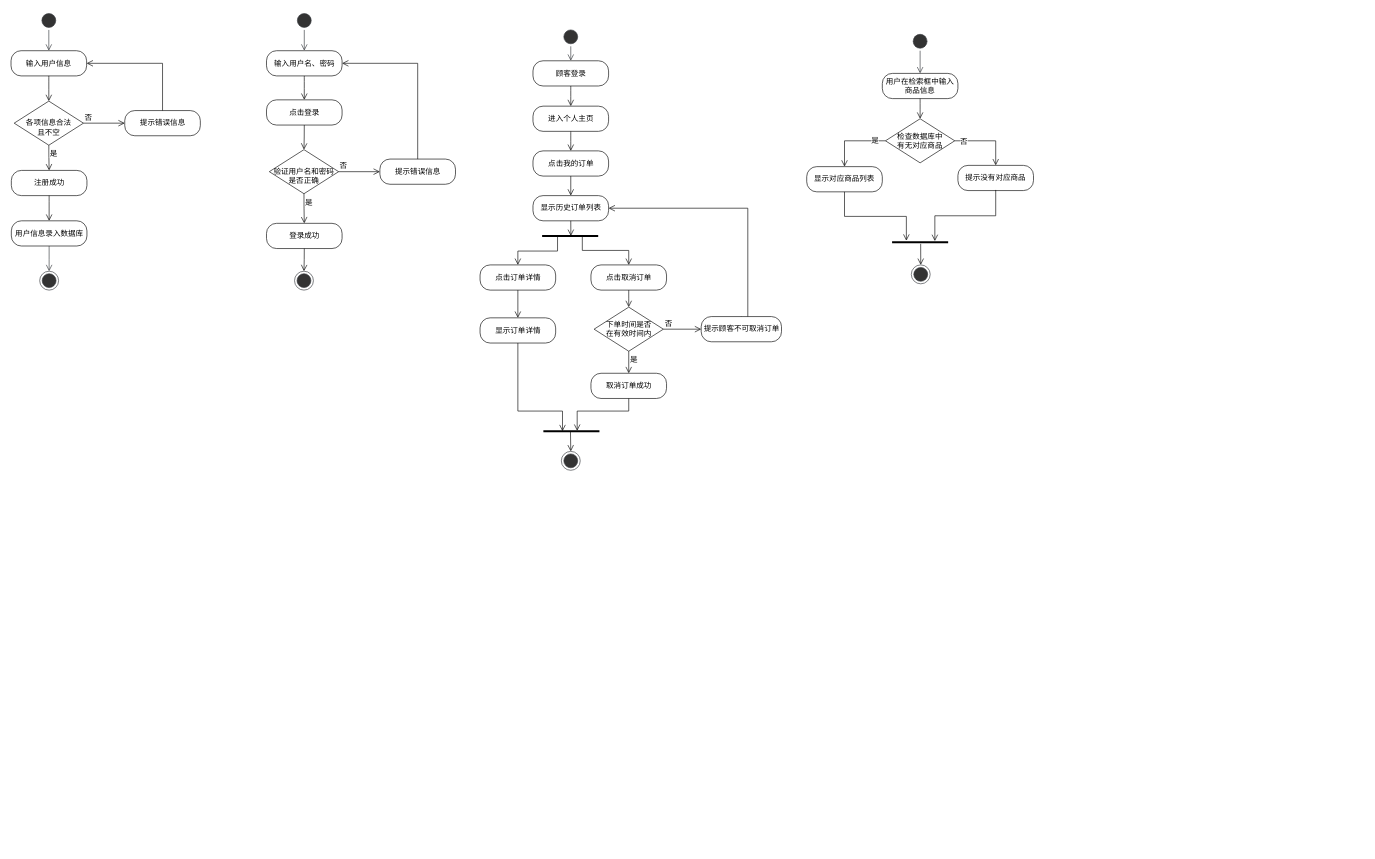
Above: 数据库子功能流程图.drawio in guokaichina/database-ER (draw.io), before the change. Source tidied: cells renumbered, new cells numbered last; positions are measured from the earlier drawing's top-left corner, leaving out a move shared by most shapes. Both pictures are drawn from the tidied source at 63%, with x=0, y=0 at pixel (11, 11).
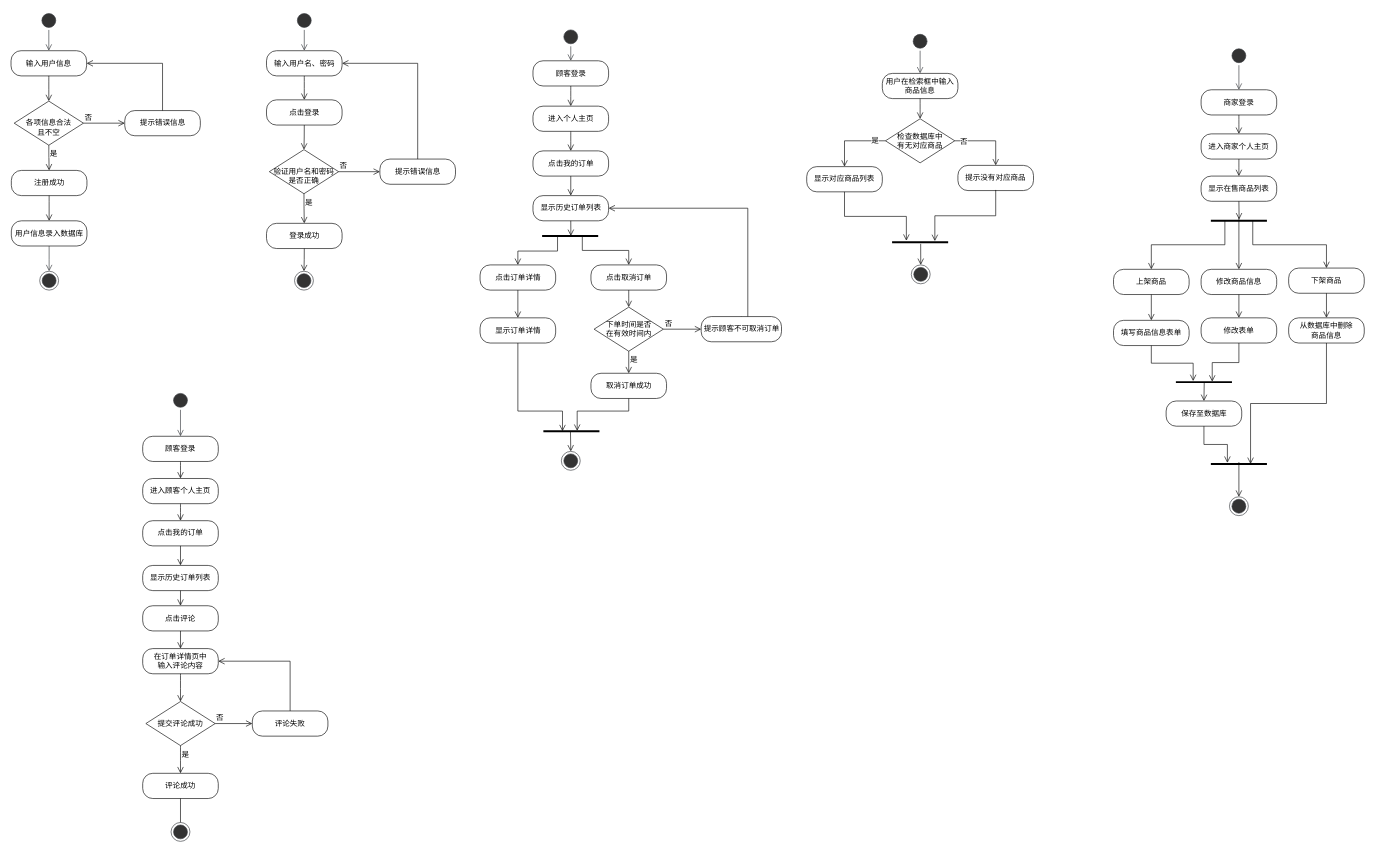
Above is the later version.

Commit message (it also covers changes not shown here):
更新数据库子功能流程图.drawio

Diff of the diagram source:
```diff
@@
+    <mxCell id="73" style="ellipse;html=1;shape=startState;fillColor=#333333;strokeColor=#36393d;" parent="1" vertex="1">
+      <mxGeometry x="1934" y="56" width="30" height="30" as="geometry" />
+    </mxCell>
+    <mxCell id="74" style="html=1;verticalAlign=bottom;endArrow=open;endSize=8;rounded=0;targetPerimeterSpacing=8;entryX=0.5;entryY=0;entryDx=0;entryDy=0;fontStyle=0;fontSize=12;startArrow=none;exitX=0.5;exitY=1;exitDx=0;exitDy=0;fillColor=#eeeeee;strokeColor=#36393d;" parent="1" edge="1" source="73" target="75">
+      <mxGeometry relative="1" as="geometry" />
+    </mxCell>
+    <mxCell id="75" value="商家登录" style="rounded=1;whiteSpace=wrap;html=1;arcSize=40;fontStyle=0;fontSize=12;" parent="1" vertex="1">
+      <mxGeometry x="1889" y="125" width="120" height="40" as="geometry" />
+    </mxCell>
+    <mxCell id="76" style="edgeStyle=orthogonalEdgeStyle;html=1;verticalAlign=bottom;endArrow=open;endSize=8;rounded=0;sourcePerimeterSpacing=8;targetPerimeterSpacing=8;curved=1;exitX=0.5;exitY=1;exitDx=0;exitDy=0;fontStyle=0;fontSize=12;entryX=0.5;entryY=0;entryDx=0;entryDy=0;" parent="1" edge="1" source="75" target="77">
+      <mxGeometry relative="1" as="geometry" />
+    </mxCell>
+    <mxCell id="77" value="进入商家个人主页" style="rounded=1;whiteSpace=wrap;html=1;arcSize=40;fontStyle=0;fontSize=12;" parent="1" vertex="1">
+      <mxGeometry x="1889" y="195" width="120" height="40" as="geometry" />
+    </mxCell>
+    <mxCell id="78" style="edgeStyle=orthogonalEdgeStyle;html=1;verticalAlign=bottom;endArrow=open;endSize=8;rounded=0;sourcePerimeterSpacing=8;targetPerimeterSpacing=8;curved=1;exitX=0.5;exitY=1;exitDx=0;exitDy=0;fontStyle=0;fontSize=12;entryX=0.5;entryY=0;entryDx=0;entryDy=0;" parent="1" edge="1" source="77" target="79">
+      <mxGeometry relative="1" as="geometry" />
+    </mxCell>
+    <mxCell id="79" value="显示在售商品列表" style="rounded=1;whiteSpace=wrap;html=1;arcSize=40;fontStyle=0;fontSize=12;" parent="1" vertex="1">
+      <mxGeometry x="1889" y="262" width="120" height="40" as="geometry" />
+    </mxCell>
+    <mxCell id="80" style="html=1;verticalAlign=bottom;endArrow=open;endSize=8;rounded=0;sourcePerimeterSpacing=8;targetPerimeterSpacing=8;exitX=0.5;exitY=1;exitDx=0;exitDy=0;fontStyle=0;fontSize=12;entryX=0.504;entryY=0.224;entryDx=0;entryDy=0;entryPerimeter=0;" parent="1" edge="1" source="79" target="81">
+      <mxGeometry relative="1" as="geometry" />
+    </mxCell>
+    <mxCell id="81" style="line;strokeWidth=3;fillColor=none;align=left;verticalAlign=middle;spacingTop=-1;spacingLeft=3;spacingRight=3;labelPosition=right;points=[];portConstraint=eastwest;strokeColor=inherit;fontSize=12;" parent="1" vertex="1">
+      <mxGeometry x="1904.5" y="329" width="89" height="8" as="geometry" />
+    </mxCell>
+    <mxCell id="82" style="edgeStyle=elbowEdgeStyle;html=1;verticalAlign=bottom;endArrow=open;endSize=8;rounded=0;sourcePerimeterSpacing=8;targetPerimeterSpacing=8;exitX=0.25;exitY=0.465;exitDx=0;exitDy=0;fontStyle=0;fontSize=12;entryX=0.5;entryY=0;entryDx=0;entryDy=0;exitPerimeter=0;elbow=vertical;" parent="1" edge="1" source="81" target="83">
+      <mxGeometry relative="1" as="geometry">
+        <Array as="points">
+          <mxPoint x="1877" y="371" />
+        </Array>
+      </mxGeometry>
+    </mxCell>
+    <mxCell id="83" value="上架商品" style="rounded=1;whiteSpace=wrap;html=1;arcSize=40;fontStyle=0;fontSize=12;" parent="1" vertex="1">
+      <mxGeometry x="1750" y="410" width="120" height="40" as="geometry" />
+    </mxCell>
+    <mxCell id="84" style="html=1;verticalAlign=bottom;endArrow=open;endSize=8;rounded=0;sourcePerimeterSpacing=8;targetPerimeterSpacing=8;exitX=0.5;exitY=1;exitDx=0;exitDy=0;fontStyle=0;fontSize=12;entryX=0.5;entryY=0;entryDx=0;entryDy=0;" parent="1" edge="1" source="83" target="91">
+      <mxGeometry relative="1" as="geometry" />
+    </mxCell>
+    <mxCell id="85" style="html=1;verticalAlign=bottom;endArrow=open;endSize=8;rounded=0;sourcePerimeterSpacing=8;targetPerimeterSpacing=8;fontStyle=0;fontSize=12;entryX=0.5;entryY=0;entryDx=0;entryDy=0;" parent="1" edge="1" target="86">
+      <mxGeometry relative="1" as="geometry">
+        <mxPoint x="1949" y="328" as="sourcePoint" />
+      </mxGeometry>
+    </mxCell>
+    <mxCell id="86" value="修改商品信息" style="rounded=1;whiteSpace=wrap;html=1;arcSize=40;fontStyle=0;fontSize=12;" parent="1" vertex="1">
+      <mxGeometry x="1889" y="410" width="120" height="40" as="geometry" />
+    </mxCell>
+    <mxCell id="87" style="html=1;verticalAlign=bottom;endArrow=open;endSize=8;rounded=0;sourcePerimeterSpacing=8;targetPerimeterSpacing=8;exitX=0.5;exitY=1;exitDx=0;exitDy=0;fontStyle=0;fontSize=12;entryX=0.5;entryY=0;entryDx=0;entryDy=0;" parent="1" edge="1" source="86" target="93">
+      <mxGeometry relative="1" as="geometry" />
+    </mxCell>
+    <mxCell id="88" style="edgeStyle=elbowEdgeStyle;html=1;verticalAlign=bottom;endArrow=open;endSize=8;rounded=0;sourcePerimeterSpacing=8;targetPerimeterSpacing=8;fontStyle=0;fontSize=12;entryX=0.5;entryY=0;entryDx=0;entryDy=0;elbow=vertical;" parent="1" edge="1" target="89">
+      <mxGeometry relative="1" as="geometry">
+        <mxPoint x="1971" y="332" as="sourcePoint" />
+        <Array as="points">
+          <mxPoint x="1970" y="371" />
+          <mxPoint x="1969" y="371" />
+          <mxPoint x="2027" y="371" />
+          <mxPoint x="1972" y="383" />
+        </Array>
+      </mxGeometry>
+    </mxCell>
+    <mxCell id="89" value="下架商品" style="rounded=1;whiteSpace=wrap;html=1;arcSize=40;fontStyle=0;fontSize=12;" parent="1" vertex="1">
+      <mxGeometry x="2028" y="408" width="120" height="40" as="geometry" />
+    </mxCell>
+    <mxCell id="90" style="html=1;verticalAlign=bottom;endArrow=open;endSize=8;rounded=0;sourcePerimeterSpacing=8;targetPerimeterSpacing=8;exitX=0.5;exitY=1;exitDx=0;exitDy=0;fontStyle=0;fontSize=12;entryX=0.5;entryY=0;entryDx=0;entryDy=0;" parent="1" edge="1" source="89" target="97">
+      <mxGeometry relative="1" as="geometry" />
+    </mxCell>
+    <mxCell id="91" value="填写商品信息表单" style="rounded=1;whiteSpace=wrap;html=1;arcSize=40;fontStyle=0;fontSize=12;" parent="1" vertex="1">
+      <mxGeometry x="1750" y="491" width="120" height="40" as="geometry" />
+    </mxCell>
+    <mxCell id="92" style="html=1;verticalAlign=bottom;endArrow=open;endSize=8;rounded=0;sourcePerimeterSpacing=8;targetPerimeterSpacing=8;exitX=0.5;exitY=1;exitDx=0;exitDy=0;fontStyle=0;fontSize=12;entryX=0.308;entryY=0.292;entryDx=0;entryDy=0;entryPerimeter=0;edgeStyle=elbowEdgeStyle;elbow=vertical;" parent="1" edge="1" source="91" target="100">
+      <mxGeometry relative="1" as="geometry" />
+    </mxCell>
+    <mxCell id="93" value="修改表单" style="rounded=1;whiteSpace=wrap;html=1;arcSize=40;fontStyle=0;fontSize=12;" parent="1" vertex="1">
+      <mxGeometry x="1889" y="487" width="120" height="40" as="geometry" />
+    </mxCell>
+    <mxCell id="94" style="html=1;verticalAlign=bottom;endArrow=open;endSize=8;rounded=0;sourcePerimeterSpacing=8;targetPerimeterSpacing=8;exitX=0.5;exitY=1;exitDx=0;exitDy=0;fontStyle=0;fontSize=12;entryX=0.648;entryY=0.403;entryDx=0;entryDy=0;entryPerimeter=0;edgeStyle=elbowEdgeStyle;elbow=vertical;" parent="1" edge="1" source="93" target="100">
+      <mxGeometry relative="1" as="geometry" />
+    </mxCell>
+    <mxCell id="95" value="保存至数据库" style="rounded=1;whiteSpace=wrap;html=1;arcSize=40;fontStyle=0;fontSize=12;" parent="1" vertex="1">
+      <mxGeometry x="1833.5" y="619" width="120" height="40" as="geometry" />
+    </mxCell>
+    <mxCell id="96" style="html=1;verticalAlign=bottom;endArrow=open;endSize=8;rounded=0;sourcePerimeterSpacing=8;targetPerimeterSpacing=8;exitX=0.5;exitY=1;exitDx=0;exitDy=0;fontStyle=0;fontSize=12;entryX=0.295;entryY=0.264;entryDx=0;entryDy=0;entryPerimeter=0;edgeStyle=elbowEdgeStyle;elbow=vertical;" parent="1" edge="1" source="95" target="99">
+      <mxGeometry relative="1" as="geometry" />
+    </mxCell>
+    <mxCell id="97" value="从数据库中删除&lt;br&gt;商品信息" style="rounded=1;whiteSpace=wrap;html=1;arcSize=40;fontStyle=0;fontSize=12;" parent="1" vertex="1">
+      <mxGeometry x="2028" y="487" width="120" height="40" as="geometry" />
+    </mxCell>
+    <mxCell id="98" style="html=1;verticalAlign=bottom;endArrow=open;endSize=8;rounded=0;sourcePerimeterSpacing=8;targetPerimeterSpacing=8;exitX=0.5;exitY=1;exitDx=0;exitDy=0;fontStyle=0;fontSize=12;entryX=0.708;entryY=0.486;entryDx=0;entryDy=0;entryPerimeter=0;edgeStyle=elbowEdgeStyle;elbow=vertical;" parent="1" edge="1" source="97" target="99">
+      <mxGeometry relative="1" as="geometry" />
+    </mxCell>
+    <mxCell id="99" style="line;strokeWidth=3;fillColor=none;align=left;verticalAlign=middle;spacingTop=-1;spacingLeft=3;spacingRight=3;labelPosition=right;points=[];portConstraint=eastwest;strokeColor=inherit;fontSize=12;" parent="1" vertex="1">
+      <mxGeometry x="1904.5" y="715" width="89" height="8" as="geometry" />
+    </mxCell>
+    <mxCell id="100" style="line;strokeWidth=3;fillColor=none;align=left;verticalAlign=middle;spacingTop=-1;spacingLeft=3;spacingRight=3;labelPosition=right;points=[];portConstraint=eastwest;strokeColor=inherit;fontSize=12;" parent="1" vertex="1">
+      <mxGeometry x="1849" y="585" width="89" height="8" as="geometry" />
+    </mxCell>
+    <mxCell id="101" style="html=1;verticalAlign=bottom;endArrow=open;endSize=8;rounded=0;sourcePerimeterSpacing=8;targetPerimeterSpacing=8;fontStyle=0;fontSize=12;entryX=0.5;entryY=0;entryDx=0;entryDy=0;" parent="1" edge="1" target="95">
+      <mxGeometry relative="1" as="geometry">
+        <mxPoint x="1894" y="589" as="sourcePoint" />
+      </mxGeometry>
+    </mxCell>
+    <mxCell id="102" style="html=1;verticalAlign=bottom;endArrow=open;endSize=8;rounded=0;sourcePerimeterSpacing=8;targetPerimeterSpacing=8;fontStyle=0;fontSize=12;entryX=0.5;entryY=0;entryDx=0;entryDy=0;" parent="1" edge="1">
+      <mxGeometry relative="1" as="geometry">
+        <mxPoint x="1949" y="716" as="sourcePoint" />
+        <mxPoint x="1949" y="771" as="targetPoint" />
+      </mxGeometry>
+    </mxCell>
+    <mxCell id="103" style="ellipse;html=1;shape=endState;fillColor=#333333;strokeColor=#36393d;" parent="1" vertex="1">
+      <mxGeometry x="1934" y="771" width="30" height="30" as="geometry" />
+    </mxCell>
+    <mxCell id="104" style="ellipse;html=1;shape=startState;fillColor=#333333;strokeColor=#36393d;" parent="1" vertex="1">
+      <mxGeometry x="254" y="603" width="30" height="30" as="geometry" />
+    </mxCell>
+    <mxCell id="105" style="html=1;verticalAlign=bottom;endArrow=open;endSize=8;rounded=0;targetPerimeterSpacing=8;entryX=0.5;entryY=0;entryDx=0;entryDy=0;fontStyle=0;fontSize=12;startArrow=none;exitX=0.5;exitY=1;exitDx=0;exitDy=0;fillColor=#eeeeee;strokeColor=#36393d;" parent="1" edge="1" source="104" target="106">
+      <mxGeometry relative="1" as="geometry" />
+    </mxCell>
+    <mxCell id="106" value="顾客登录" style="rounded=1;whiteSpace=wrap;html=1;arcSize=40;fontStyle=0;fontSize=12;" parent="1" vertex="1">
+      <mxGeometry x="209" y="675" width="120" height="40" as="geometry" />
+    </mxCell>
+    <mxCell id="107" style="edgeStyle=orthogonalEdgeStyle;html=1;verticalAlign=bottom;endArrow=open;endSize=8;rounded=0;sourcePerimeterSpacing=8;targetPerimeterSpacing=8;curved=1;exitX=0.5;exitY=1;exitDx=0;exitDy=0;fontStyle=0;fontSize=12;entryX=0.5;entryY=0;entryDx=0;entryDy=0;" parent="1" edge="1" source="106" target="108">
+      <mxGeometry relative="1" as="geometry" />
+    </mxCell>
+    <mxCell id="108" value="进入顾客个人主页" style="rounded=1;whiteSpace=wrap;html=1;arcSize=40;fontStyle=0;fontSize=12;" parent="1" vertex="1">
+      <mxGeometry x="209" y="742" width="120" height="40" as="geometry" />
+    </mxCell>
+    <mxCell id="109" style="edgeStyle=orthogonalEdgeStyle;html=1;verticalAlign=bottom;endArrow=open;endSize=8;rounded=0;sourcePerimeterSpacing=8;targetPerimeterSpacing=8;curved=1;exitX=0.5;exitY=1;exitDx=0;exitDy=0;fontStyle=0;fontSize=12;entryX=0.5;entryY=0;entryDx=0;entryDy=0;" parent="1" edge="1" source="108" target="110">
+      <mxGeometry relative="1" as="geometry" />
+    </mxCell>
+    <mxCell id="110" value="点击我的订单" style="rounded=1;whiteSpace=wrap;html=1;arcSize=40;fontStyle=0;fontSize=12;" parent="1" vertex="1">
+      <mxGeometry x="209" y="809" width="120" height="40" as="geometry" />
+    </mxCell>
+    <mxCell id="111" style="html=1;verticalAlign=bottom;endArrow=open;endSize=8;rounded=0;sourcePerimeterSpacing=8;targetPerimeterSpacing=8;exitX=0.5;exitY=1;exitDx=0;exitDy=0;fontStyle=0;fontSize=12;entryX=0.5;entryY=0;entryDx=0;entryDy=0;" parent="1" edge="1" source="110" target="113">
+      <mxGeometry relative="1" as="geometry" />
+    </mxCell>
+    <mxCell id="112" style="html=1;verticalAlign=bottom;endArrow=open;endSize=8;rounded=0;targetPerimeterSpacing=8;fontStyle=0;fontSize=12;entryX=0.5;entryY=0;entryDx=0;entryDy=0;exitX=0.5;exitY=1;exitDx=0;exitDy=0;startArrow=none;" parent="1" edge="1" source="125">
+      <mxGeometry relative="1" as="geometry">
+        <mxPoint x="269" y="1318" as="targetPoint" />
+      </mxGeometry>
+    </mxCell>
+    <mxCell id="113" value="显示历史订单列表" style="rounded=1;whiteSpace=wrap;html=1;arcSize=40;fontStyle=0;fontSize=12;" parent="1" vertex="1">
+      <mxGeometry x="209" y="880" width="120" height="40" as="geometry" />
+    </mxCell>
+    <mxCell id="114" style="html=1;verticalAlign=bottom;endArrow=open;endSize=8;rounded=0;sourcePerimeterSpacing=8;targetPerimeterSpacing=8;exitX=0.5;exitY=1;exitDx=0;exitDy=0;fontStyle=0;fontSize=12;entryX=0.5;entryY=0;entryDx=0;entryDy=0;" parent="1" edge="1" source="113" target="115">
+      <mxGeometry relative="1" as="geometry" />
+    </mxCell>
+    <mxCell id="115" value="点击评论" style="rounded=1;whiteSpace=wrap;html=1;arcSize=40;fontStyle=0;fontSize=12;" parent="1" vertex="1">
+      <mxGeometry x="209" y="944" width="120" height="40" as="geometry" />
+    </mxCell>
+    <mxCell id="116" style="html=1;verticalAlign=bottom;endArrow=open;endSize=8;rounded=0;sourcePerimeterSpacing=8;targetPerimeterSpacing=8;exitX=0.5;exitY=1;exitDx=0;exitDy=0;fontStyle=0;fontSize=12;entryX=0.5;entryY=0;entryDx=0;entryDy=0;" parent="1" edge="1" source="115" target="117">
+      <mxGeometry relative="1" as="geometry" />
+    </mxCell>
+    <mxCell id="117" value="在订单详情页中&lt;br&gt;输入评论内容" style="rounded=1;whiteSpace=wrap;html=1;arcSize=40;fontStyle=0;fontSize=12;" parent="1" vertex="1">
+      <mxGeometry x="209" y="1012" width="120" height="40" as="geometry" />
+    </mxCell>
+    <mxCell id="118" value="提交评论成功" style="rhombus;whiteSpace=wrap;html=1;fontStyle=0;fontSize=12;" parent="1" vertex="1">
+      <mxGeometry x="214" y="1096" width="110" height="70" as="geometry" />
+    </mxCell>
+    <mxCell id="119" value="否" style="html=1;align=left;verticalAlign=bottom;endArrow=open;endSize=8;rounded=0;sourcePerimeterSpacing=8;targetPerimeterSpacing=8;exitX=1;exitY=0.5;exitDx=0;exitDy=0;entryX=0;entryY=0.5;entryDx=0;entryDy=0;fontStyle=0;fontSize=12;" parent="1" edge="1" source="118" target="121">
+      <mxGeometry x="-1" relative="1" as="geometry" />
+    </mxCell>
+    <mxCell id="120" value="是" style="edgeStyle=orthogonalEdgeStyle;html=1;align=left;verticalAlign=top;endArrow=open;endSize=8;rounded=0;sourcePerimeterSpacing=8;targetPerimeterSpacing=8;curved=1;exitX=0.5;exitY=1;exitDx=0;exitDy=0;entryX=0.5;entryY=0;entryDx=0;entryDy=0;fontStyle=0;fontSize=12;" parent="1" edge="1" source="118" target="123">
+      <mxGeometry x="-1" relative="1" as="geometry" />
+    </mxCell>
+    <mxCell id="121" value="评论失败" style="rounded=1;whiteSpace=wrap;html=1;arcSize=40;fontStyle=0;fontSize=12;" parent="1" vertex="1">
+      <mxGeometry x="383" y="1111" width="120" height="40" as="geometry" />
+    </mxCell>
+    <mxCell id="122" style="edgeStyle=orthogonalEdgeStyle;html=1;verticalAlign=bottom;endArrow=open;endSize=8;rounded=0;sourcePerimeterSpacing=8;targetPerimeterSpacing=8;curved=1;exitX=0.5;exitY=1;exitDx=0;exitDy=0;entryX=0.5;entryY=0;entryDx=0;entryDy=0;fontStyle=0;fontSize=12;" parent="1" edge="1" source="117" target="118">
+      <mxGeometry relative="1" as="geometry" />
+    </mxCell>
+    <mxCell id="123" value="评论成功" style="rounded=1;whiteSpace=wrap;html=1;arcSize=40;fontStyle=0;fontSize=12;" parent="1" vertex="1">
+      <mxGeometry x="209" y="1210" width="120" height="40" as="geometry" />
+    </mxCell>
+    <mxCell id="124" style="edgeStyle=orthogonalEdgeStyle;html=1;verticalAlign=bottom;endArrow=open;endSize=8;rounded=0;sourcePerimeterSpacing=8;targetPerimeterSpacing=8;exitX=0.5;exitY=0;exitDx=0;exitDy=0;entryX=1;entryY=0.5;entryDx=0;entryDy=0;fontStyle=0;fontSize=12;" parent="1" edge="1" source="121" target="117">
+      <mxGeometry relative="1" as="geometry" />
+    </mxCell>
+    <mxCell id="125" style="ellipse;html=1;shape=endState;fillColor=#333333;strokeColor=#36393d;" parent="1" vertex="1">
+      <mxGeometry x="254" y="1288" width="30" height="30" as="geometry" />
+    </mxCell>
+    <mxCell id="126" style="html=1;verticalAlign=bottom;endArrow=none;endSize=8;rounded=0;sourcePerimeterSpacing=8;fontStyle=0;fontSize=12;entryX=0.5;entryY=0;entryDx=0;entryDy=0;exitX=0.5;exitY=1;exitDx=0;exitDy=0;" parent="1" edge="1" source="123" target="125">
+      <mxGeometry relative="1" as="geometry" />
+    </mxCell>
```
